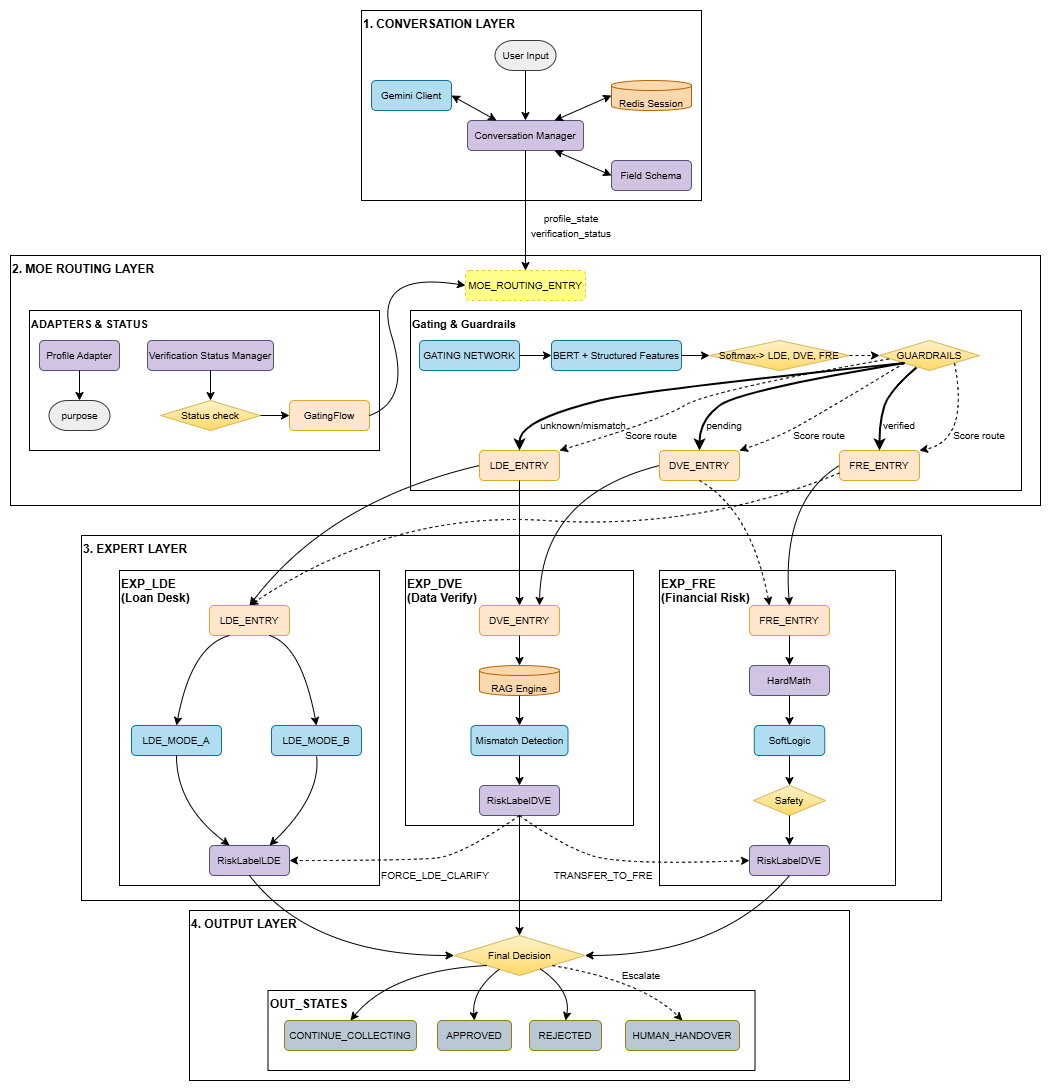
Before: photo/System_Architecture.png, a diagram exported from draw.io (ndl1n/Loan_MoE_System). Source tidied: cells renumbered, new cells last; positions are measured from the earlier drawing's top-left corner, leaving out a move shared by most shapes.
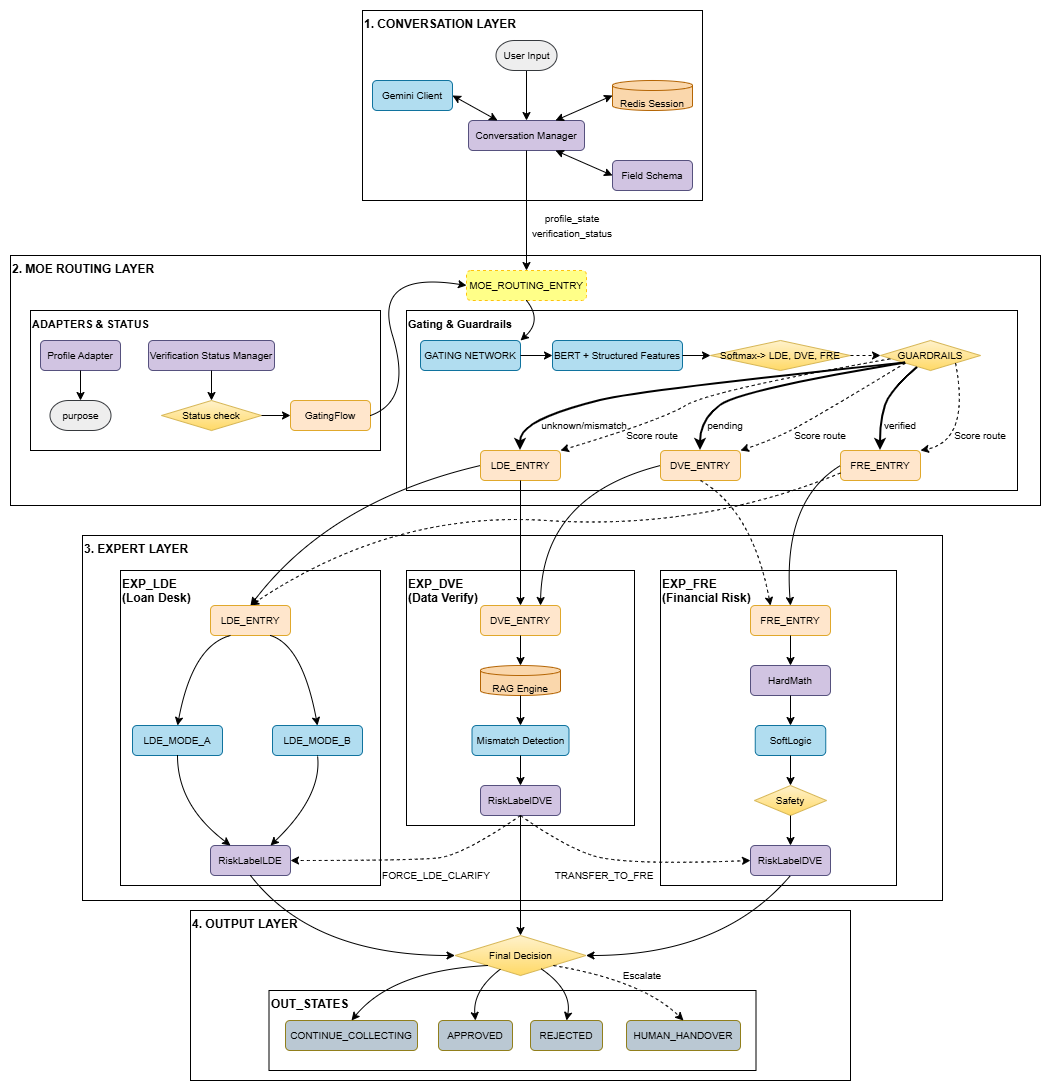
The same diagram one commit later.

Commit message:
revise the arrow of system architecture

What changed in the source:
```diff
@@ -176,7 +176,7 @@
       </mxGeometry>
     </mxCell>
     <mxCell id="47" value="&lt;b&gt;&lt;font style=&quot;font-size: 11px;&quot;&gt;Gating &amp;amp; Guardrails&lt;/font&gt;&lt;/b&gt;" style="rounded=0;whiteSpace=wrap;html=1;align=left;verticalAlign=top;fillColor=none;" parent="1" vertex="1">
-      <mxGeometry x="400" y="300" width="611" height="180" as="geometry" />
+      <mxGeometry x="395" y="300" width="611" height="180" as="geometry" />
     </mxCell>
     <mxCell id="48" style="curved=1;endArrow=classic;html=1;rounded=0;exitX=0;exitY=0.5;exitDx=0;exitDy=0;entryX=0.5;entryY=0;entryDx=0;entryDy=0;" parent="1" edge="1" source="30" target="55">
       <mxGeometry relative="1" as="geometry">
@@ -218,7 +218,7 @@
       </mxGeometry>
     </mxCell>
     <mxCell id="54" value="&lt;b&gt;2. MOE ROUTING LAYER&lt;/b&gt;" style="rounded=0;whiteSpace=wrap;html=1;align=left;verticalAlign=top;fillColor=none;" parent="1" vertex="1">
-      <mxGeometry y="245" width="1030" height="250" as="geometry" />
+      <mxGeometry x="-1" y="245" width="1030" height="250" as="geometry" />
     </mxCell>
     <mxCell id="55" value="&lt;span style=&quot;font-size: 10px;&quot;&gt;LDE_ENTRY&lt;/span&gt;" style="rounded=1;whiteSpace=wrap;html=1;fillColor=light-dark(#FFE6CC,#5E3206);strokeColor=light-dark(#E0A82C,#EDEDED);" parent="1" vertex="1">
       <mxGeometry x="199" y="595" width="80" height="30" as="geometry" />
@@ -414,5 +414,12 @@
     <mxCell id="102" value="&lt;b&gt;4. OUTPUT LAYER&lt;/b&gt;" style="rounded=0;whiteSpace=wrap;html=1;align=left;verticalAlign=top;fillColor=none;" parent="1" vertex="1">
       <mxGeometry x="179" y="900" width="660" height="170" as="geometry" />
     </mxCell>
+    <mxCell id="103" style="curved=1;endArrow=classic;html=1;rounded=0;exitX=0.5;exitY=1;exitDx=0;exitDy=0;entryX=1;entryY=0;entryDx=0;entryDy=0;" parent="1" edge="1" source="12" target="23">
+      <mxGeometry relative="1" as="geometry">
+        <Array as="points">
+          <mxPoint x="531" y="310" />
+        </Array>
+      </mxGeometry>
+    </mxCell>
   </root>
 </mxGraphModel>
```
